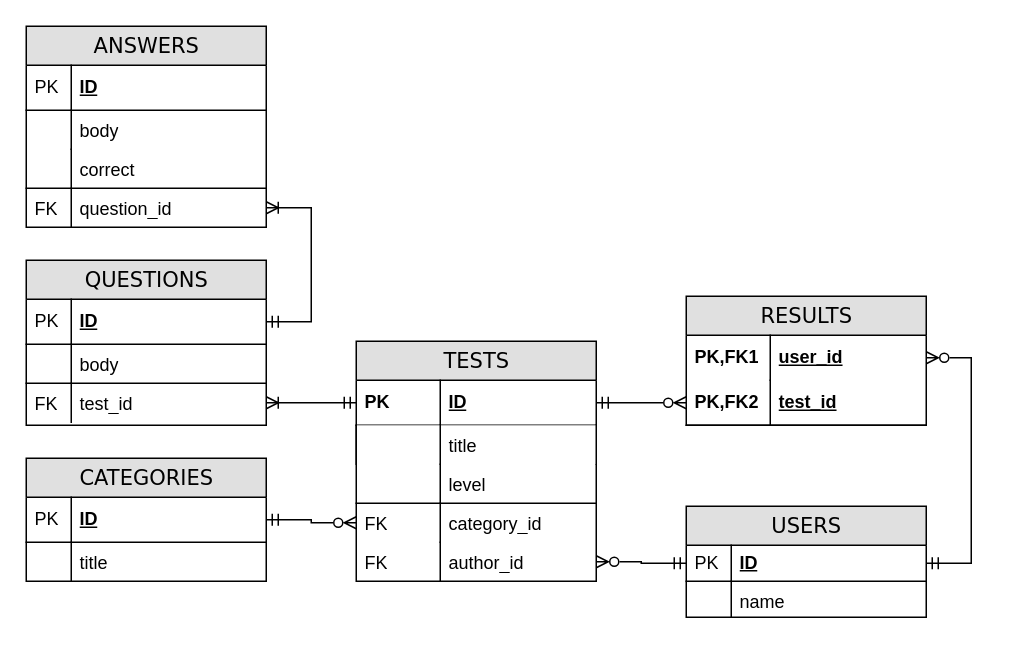
skvortsovvg/TestGuru keeps this draw.io diagram as public/ER.drawio. Above is the earlier version. Source tidied: cells renumbered, new cells numbered last; positions are measured from the earlier drawing's top-left corner, leaving out a move shared by most shapes. Both pictures are drawn from the tidied source at 150%, with x=0, y=0 at pixel (26, 26).
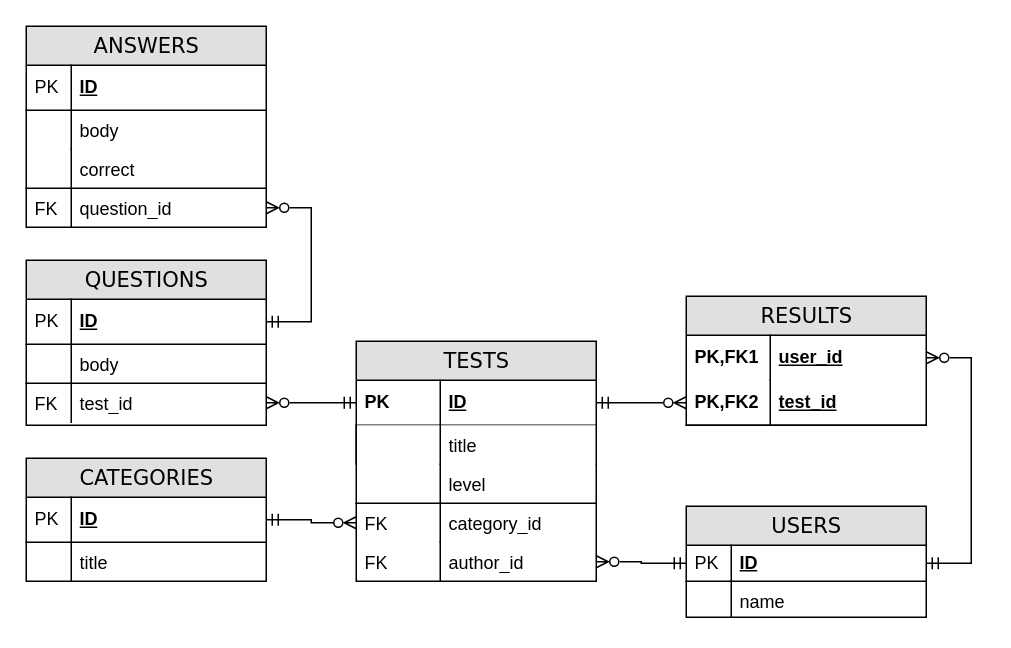
The same page after the edit.

The change refers to these unchanged cells:
```xml
<mxCell id="3" value="ID" style="shape=partialRectangle;top=0;left=0;right=0;bottom=1;html=1;align=left;verticalAlign=middle;fillColor=none;spacingLeft=60;spacingRight=4;whiteSpace=wrap;overflow=hidden;points=[[0,0.5],[1,0.5]];portConstraint=eastwest;fontStyle=5;shadow=0;sketch=0;" parent="2" vertex="1">
  <mxGeometry y="26" width="160" height="30" as="geometry" />
</mxCell>
<mxCell id="19" value="ID" style="shape=partialRectangle;top=0;left=0;right=0;bottom=1;html=1;align=left;verticalAlign=middle;fillColor=none;spacingLeft=34;spacingRight=4;whiteSpace=wrap;overflow=hidden;points=[[0,0.5],[1,0.5]];portConstraint=eastwest;fontStyle=5;" parent="18" vertex="1">
  <mxGeometry y="26" width="160" height="30" as="geometry" />
</mxCell>
<mxCell id="23" value="test_id" style="shape=partialRectangle;top=1;left=0;right=0;bottom=0;html=1;align=left;verticalAlign=top;fillColor=none;spacingLeft=34;spacingRight=4;whiteSpace=wrap;overflow=hidden;points=[[0,0.5],[1,0.5]];portConstraint=eastwest;" parent="18" vertex="1">
  <mxGeometry y="82" width="160" height="26" as="geometry" />
</mxCell>
<mxCell id="32" value="question_id" style="shape=partialRectangle;top=1;left=0;right=0;bottom=0;html=1;align=left;verticalAlign=top;fillColor=none;spacingLeft=34;spacingRight=4;whiteSpace=wrap;overflow=hidden;points=[[0,0.5],[1,0.5]];portConstraint=eastwest;" parent="25" vertex="1">
  <mxGeometry y="108" width="160" height="26" as="geometry" />
</mxCell>
```

What changed in the source:
```diff
@@
-    <mxCell id="47" style="edgeStyle=entityRelationEdgeStyle;fontSize=12;html=1;endArrow=ERoneToMany;rounded=0;endFill=0;startArrow=ERmandOne;startFill=0;" parent="1" edge="1" source="3" target="23">
+    <mxCell id="47" style="edgeStyle=entityRelationEdgeStyle;fontSize=12;html=1;endArrow=ERzeroToMany;rounded=0;endFill=0;startArrow=ERmandOne;startFill=0;" parent="1" edge="1" source="3" target="23">
       <mxGeometry relative="1" as="geometry" />
     </mxCell>
@@
-    <mxCell id="49" style="edgeStyle=entityRelationEdgeStyle;fontSize=12;html=1;endArrow=ERoneToMany;rounded=0;endFill=0;startArrow=ERmandOne;startFill=0;" parent="1" edge="1" source="19" target="32">
+    <mxCell id="49" style="edgeStyle=entityRelationEdgeStyle;fontSize=12;html=1;endArrow=ERzeroToMany;rounded=0;endFill=0;startArrow=ERmandOne;startFill=0;" parent="1" edge="1" source="19" target="32">
       <mxGeometry relative="1" as="geometry" />
     </mxCell>
```
